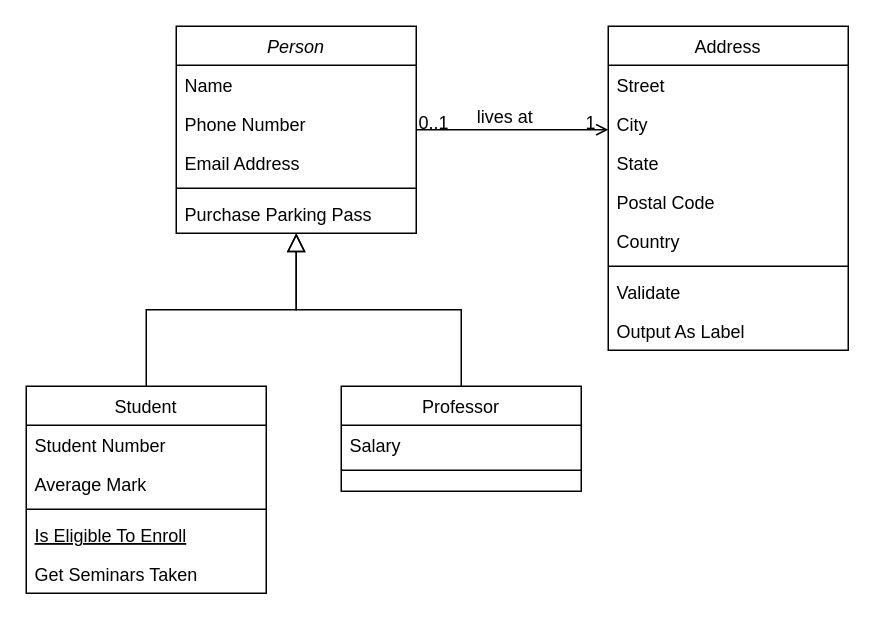
The draw.io diagram 제목 없는 다이어그램.drawio in 2000soo/test1, before the edit. Source tidied: cells renumbered, new cells numbered last; positions are measured from the earlier drawing's top-left corner, leaving out a move shared by most shapes. Both pictures are drawn from the tidied source at 150%, with x=0, y=0 at pixel (26, 26).
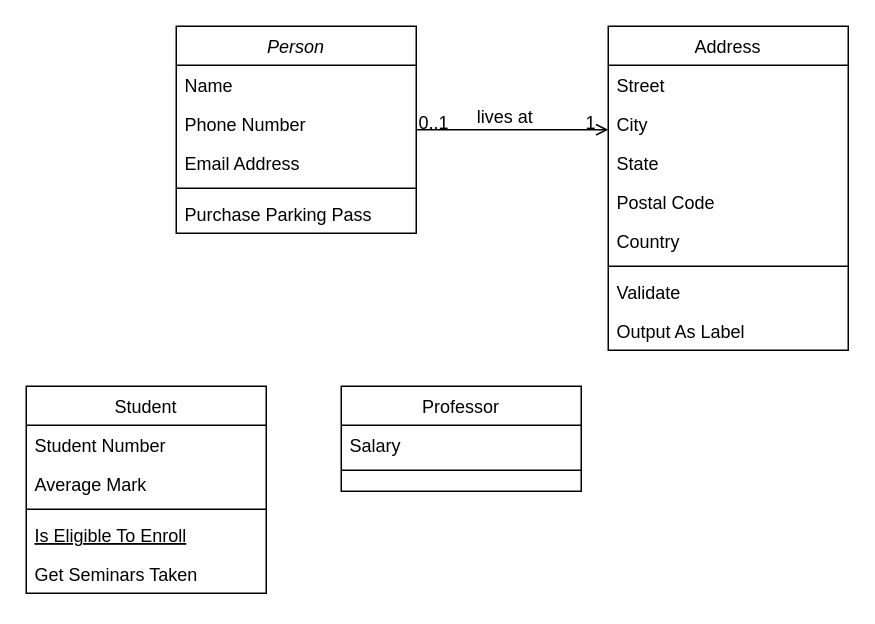
Above is the later version.

Commit message (it also covers changes not shown here):
제목 없는 다이어그램.drawio 업데이트

Unchanged cells that the change refers to:
```xml
<mxCell id="2" value="Person" style="swimlane;fontStyle=2;align=center;verticalAlign=top;horizontal=1;startSize=26;rounded=0;shadow=0;strokeWidth=1;" parent="1" vertex="1">
  <mxGeometry x="100" width="160" height="138" as="geometry" />
</mxCell>
<mxCell id="8" value="Student" style="swimlane;fontStyle=0;align=center;verticalAlign=top;horizontal=1;startSize=26;rounded=0;shadow=0;strokeWidth=1;" parent="1" vertex="1">
  <mxGeometry y="240" width="160" height="138" as="geometry" />
</mxCell>
<mxCell id="15" value="Professor" style="swimlane;fontStyle=0;align=center;verticalAlign=top;horizontal=1;startSize=26;rounded=0;shadow=0;strokeWidth=1;" parent="1" vertex="1">
  <mxGeometry x="210" y="240" width="160" height="70" as="geometry" />
</mxCell>
```

What changed in the source:
```diff
@@
-    <mxCell id="14" style="endArrow=block;endSize=10;endFill=0;shadow=0;strokeWidth=1;rounded=0;curved=0;edgeStyle=elbowEdgeStyle;elbow=vertical;" parent="1" edge="1" source="8" target="2">
-      <mxGeometry relative="1" as="geometry" />
-    </mxCell>
@@
-    <mxCell id="18" style="endArrow=block;endSize=10;endFill=0;shadow=0;strokeWidth=1;rounded=0;curved=0;edgeStyle=elbowEdgeStyle;elbow=vertical;" parent="1" edge="1" source="15" target="2">
-      <mxGeometry relative="1" as="geometry" />
-    </mxCell>
```
